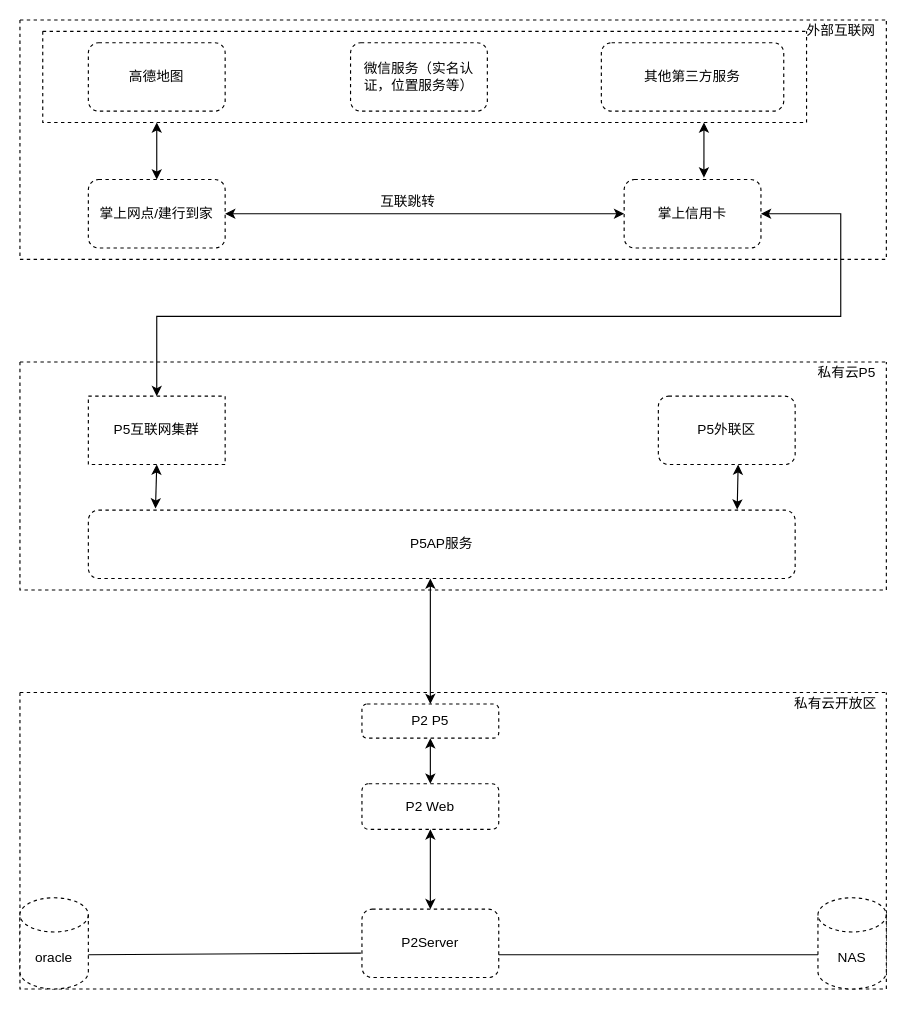
This is page "第 2 页" (2 of 3) of 未命名绘图.drawio from wasteoneslife/onlywork, a draw.io file, before an edit. Source tidied: cells renumbered, new cells numbered last; positions are measured from the earlier drawing's top-left corner, leaving out a move shared by most shapes. Both pictures are drawn from the tidied source at 114%, with x=0, y=0 at pixel (19, 19).
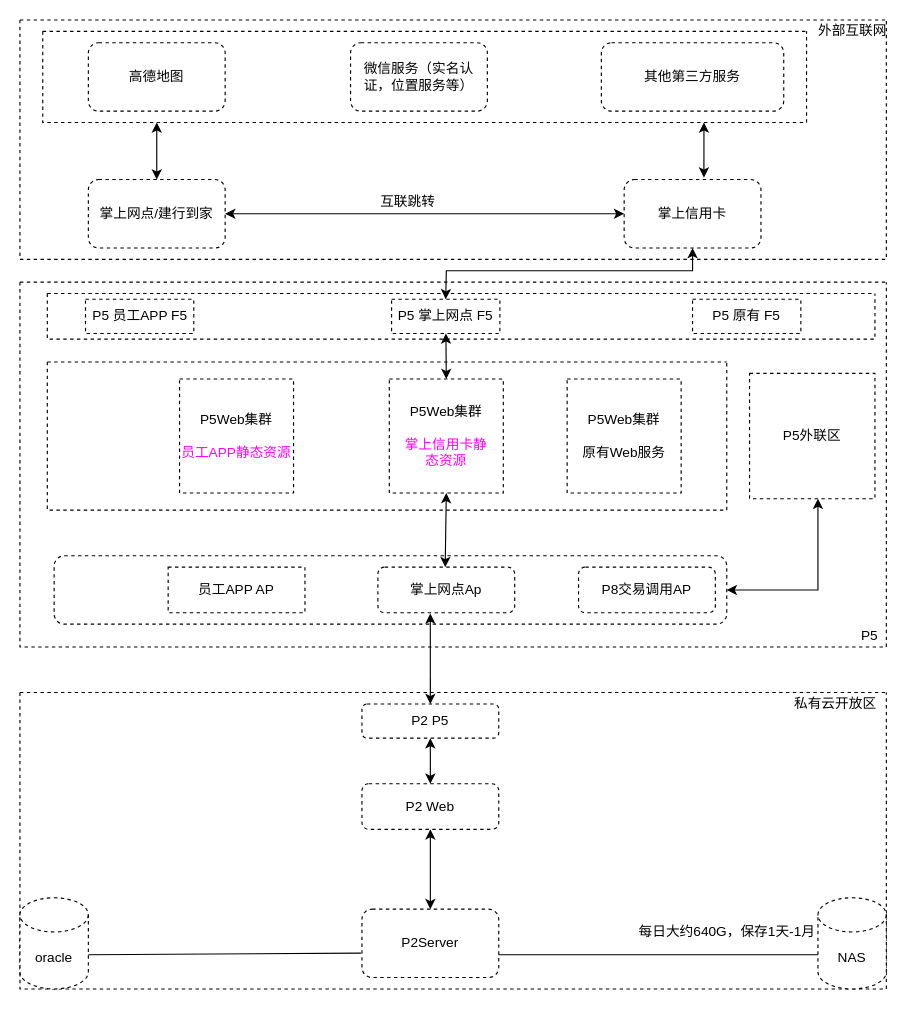
The same diagram, later.

Unchanged cells that the change refers to:
```xml
<mxCell id="2" style="swimlane;startSize=0;dashed=1;fontColor=#000000;strokeColor=#000000;" parent="1" vertex="1">
  <mxGeometry width="760" height="210" as="geometry" />
</mxCell>
<mxCell id="5" value="掌上信用卡" style="rounded=1;whiteSpace=wrap;html=1;dashed=1;fontColor=#000000;strokeColor=#000000;" parent="2" vertex="1">
  <mxGeometry x="530" y="140" width="120" height="60" as="geometry" />
</mxCell>
<mxCell id="23" value="P2 P5" style="rounded=1;whiteSpace=wrap;html=1;dashed=1;fontColor=#000000;strokeColor=#000000;" parent="21" vertex="1">
  <mxGeometry x="300" y="10" width="120" height="30" as="geometry" />
</mxCell>
```

Diff of the diagram source:
```diff
@@
     <mxCell id="3" value="外部互联网" style="text;html=1;align=center;verticalAlign=middle;strokeColor=none;fillColor=none;fontColor=#000000;" parent="2" vertex="1">
-      <mxGeometry x="680" width="80" height="20" as="geometry" />
+      <mxGeometry x="690" width="80" height="20" as="geometry" />
     </mxCell>
@@
-    <mxCell id="14" style="swimlane;startSize=0;dashed=1;fontColor=#000000;strokeColor=#000000;" parent="1" vertex="1">
-      <mxGeometry y="300" width="760" height="200" as="geometry" />
-    </mxCell>
-    <mxCell id="15" value="私有云P5" style="text;html=1;align=center;verticalAlign=middle;strokeColor=none;fillColor=none;fontColor=#000000;" parent="14" vertex="1">
-      <mxGeometry x="690" width="70" height="20" as="geometry" />
-    </mxCell>
-    <mxCell id="16" value="P5互联网集群" style="rounded=0;whiteSpace=wrap;html=1;dashed=1;fontColor=#000000;strokeColor=#000000;" parent="14" vertex="1">
-      <mxGeometry x="60" y="30" width="120" height="60" as="geometry" />
-    </mxCell>
-    <mxCell id="17" value="P5外联区" style="rounded=1;whiteSpace=wrap;html=1;dashed=1;fontColor=#000000;strokeColor=#000000;" parent="14" vertex="1">
-      <mxGeometry x="560" y="30" width="120" height="60" as="geometry" />
-    </mxCell>
-    <mxCell id="18" value="P5AP服务" style="rounded=1;whiteSpace=wrap;html=1;dashed=1;fontColor=#000000;strokeColor=#000000;" parent="14" vertex="1">
-      <mxGeometry x="60" y="130" width="620" height="60" as="geometry" />
-    </mxCell>
-    <mxCell id="19" style="endArrow=classic;startArrow=classic;html=1;rounded=0;fontColor=#000000;exitX=0.095;exitY=-0.025;exitDx=0;exitDy=0;exitPerimeter=0;" parent="14" edge="1" source="18">
-      <mxGeometry relative="1" as="geometry">
-        <mxPoint x="120" y="90" as="targetPoint" />
-      </mxGeometry>
-    </mxCell>
-    <mxCell id="20" style="endArrow=classic;startArrow=classic;html=1;rounded=0;fontColor=#000000;exitX=0.918;exitY=-0.008;exitDx=0;exitDy=0;exitPerimeter=0;" parent="14" edge="1" source="18">
-      <mxGeometry relative="1" as="geometry">
-        <mxPoint x="630" y="90" as="targetPoint" />
-      </mxGeometry>
-    </mxCell>
@@
-    <mxCell id="32" style="endArrow=classic;startArrow=classic;html=1;rounded=0;fontColor=#000000;exitX=0.5;exitY=0;exitDx=0;exitDy=0;" parent="1" edge="1" source="23">
-      <mxGeometry relative="1" as="geometry">
-        <mxPoint x="360" y="490" as="targetPoint" />
-      </mxGeometry>
-    </mxCell>
-    <mxCell id="33" style="endArrow=classic;startArrow=classic;html=1;rounded=0;fontColor=#000000;entryX=0.5;entryY=0;entryDx=0;entryDy=0;exitX=1;exitY=0.5;exitDx=0;exitDy=0;" parent="1" edge="1" source="5" target="16">
-      <mxGeometry relative="1" as="geometry">
-        <Array as="points">
-          <mxPoint x="720" y="170" />
-          <mxPoint x="720" y="260" />
-          <mxPoint x="120" y="260" />
-        </Array>
-      </mxGeometry>
-    </mxCell>
+    <mxCell id="34" value="每日大约640G，保存1天-1月" style="text;html=1;align=center;verticalAlign=middle;strokeColor=none;fillColor=none;fontColor=#000000;" parent="1" vertex="1">
+      <mxGeometry x="535" y="790" width="170" height="20" as="geometry" />
+    </mxCell>
+    <mxCell id="35" style="swimlane;startSize=0;dashed=1;" parent="1" vertex="1">
+      <mxGeometry y="230" width="760" height="320" as="geometry" />
+    </mxCell>
+    <mxCell id="36" value="P5" style="text;html=1;align=center;verticalAlign=middle;strokeColor=none;fillColor=none;" parent="35" vertex="1">
+      <mxGeometry x="730" y="300" width="30" height="20" as="geometry" />
+    </mxCell>
+    <mxCell id="17" value="P5外联区" style="whiteSpace=wrap;html=1;dashed=1;" parent="35" vertex="1">
+      <mxGeometry x="640" y="80" width="110" height="110" as="geometry" />
+    </mxCell>
+    <mxCell id="37" style="rounded=1;whiteSpace=wrap;html=1;dashed=1;" parent="35" vertex="1">
+      <mxGeometry x="30" y="240" width="590" height="60" as="geometry" />
+    </mxCell>
+    <mxCell id="38" value="员工APP AP" style="rounded=0;whiteSpace=wrap;html=1;dashed=1;fontColor=#000000;strokeColor=#000000;" parent="35" vertex="1">
+      <mxGeometry x="130" y="250" width="120" height="40" as="geometry" />
+    </mxCell>
+    <mxCell id="39" style="swimlane;startSize=0;dashed=1;fontColor=#000000;strokeColor=#000000;" parent="35" vertex="1">
+      <mxGeometry x="24" y="10" width="726" height="40" as="geometry" />
+    </mxCell>
+    <mxCell id="40" value="P5 掌上网点 F5" style="whiteSpace=wrap;html=1;dashed=1;fontColor=#000000;strokeColor=#000000;" parent="39" vertex="1">
+      <mxGeometry x="302" y="5" width="95" height="30" as="geometry" />
+    </mxCell>
+    <mxCell id="41" value="P5 员工APP F5" style="whiteSpace=wrap;html=1;dashed=1;fontColor=#000000;strokeColor=#000000;" parent="39" vertex="1">
+      <mxGeometry x="33.5" y="5" width="95" height="30" as="geometry" />
+    </mxCell>
+    <mxCell id="42" value="P5 原有 F5" style="whiteSpace=wrap;html=1;dashed=1;fontColor=#000000;strokeColor=#000000;" parent="39" vertex="1">
+      <mxGeometry x="566" y="5" width="95" height="30" as="geometry" />
+    </mxCell>
+    <mxCell id="43" style="swimlane;startSize=0;dashed=1;fontColor=#000000;strokeColor=#000000;" parent="35" vertex="1">
+      <mxGeometry x="24" y="70" width="596" height="130" as="geometry" />
+    </mxCell>
+    <mxCell id="44" value="P5Web集群&lt;br&gt;&lt;br&gt;原有Web服务" style="whiteSpace=wrap;html=1;dashed=1;" parent="43" vertex="1">
+      <mxGeometry x="456" y="15" width="100" height="100" as="geometry" />
+    </mxCell>
+    <mxCell id="45" value="P5Web集群&lt;br&gt;&lt;br&gt;&lt;font color=&quot;#ff00ff&quot;&gt;掌上信用卡静&lt;br&gt;态资源&lt;/font&gt;" style="whiteSpace=wrap;html=1;dashed=1;" parent="43" vertex="1">
+      <mxGeometry x="300" y="15" width="100" height="100" as="geometry" />
+    </mxCell>
+    <mxCell id="46" value="P5Web集群&lt;br&gt;&lt;br&gt;&lt;font color=&quot;#ff00ff&quot;&gt;员工APP静态资源&lt;/font&gt;" style="whiteSpace=wrap;html=1;dashed=1;" parent="43" vertex="1">
+      <mxGeometry x="116" y="15" width="100" height="100" as="geometry" />
+    </mxCell>
+    <mxCell id="47" value="掌上网点Ap" style="rounded=1;whiteSpace=wrap;html=1;dashed=1;fontColor=#000000;strokeColor=#000000;" parent="35" vertex="1">
+      <mxGeometry x="314" y="250" width="120" height="40" as="geometry" />
+    </mxCell>
+    <mxCell id="48" value="P8交易调用AP" style="rounded=1;whiteSpace=wrap;html=1;dashed=1;fontColor=#000000;strokeColor=#000000;" parent="35" vertex="1">
+      <mxGeometry x="490" y="250" width="120" height="40" as="geometry" />
+    </mxCell>
+    <mxCell id="49" style="endArrow=classic;startArrow=classic;html=1;rounded=0;fontColor=#000000;exitX=0.5;exitY=0;exitDx=0;exitDy=0;" parent="35" edge="1" source="45" target="40">
+      <mxGeometry relative="1" as="geometry" />
+    </mxCell>
+    <mxCell id="50" style="endArrow=classic;startArrow=classic;html=1;rounded=0;fontColor=#000000;exitX=1;exitY=0.5;exitDx=0;exitDy=0;" parent="35" edge="1" source="37">
+      <mxGeometry relative="1" as="geometry">
+        <mxPoint x="700" y="190" as="targetPoint" />
+        <Array as="points">
+          <mxPoint x="700" y="270" />
+        </Array>
+      </mxGeometry>
+    </mxCell>
+    <mxCell id="51" style="endArrow=classic;startArrow=classic;html=1;rounded=0;fontColor=#000000;entryX=0.5;entryY=1;entryDx=0;entryDy=0;" parent="35" edge="1" target="45">
+      <mxGeometry relative="1" as="geometry">
+        <mxPoint x="373" y="250" as="sourcePoint" />
+      </mxGeometry>
+    </mxCell>
+    <mxCell id="52" style="endArrow=classic;startArrow=classic;html=1;rounded=0;fontColor=#000000;entryX=0.5;entryY=1;entryDx=0;entryDy=0;exitX=0.5;exitY=0;exitDx=0;exitDy=0;" parent="1" edge="1" source="40" target="5">
+      <mxGeometry relative="1" as="geometry">
+        <Array as="points">
+          <mxPoint x="374" y="220" />
+          <mxPoint x="590" y="220" />
+        </Array>
+      </mxGeometry>
+    </mxCell>
+    <mxCell id="53" style="endArrow=classic;startArrow=classic;html=1;rounded=0;fontColor=#000000;exitX=0.5;exitY=0;exitDx=0;exitDy=0;entryX=0.383;entryY=1.018;entryDx=0;entryDy=0;entryPerimeter=0;" parent="1" edge="1" source="23" target="47">
+      <mxGeometry relative="1" as="geometry" />
+    </mxCell>
```
